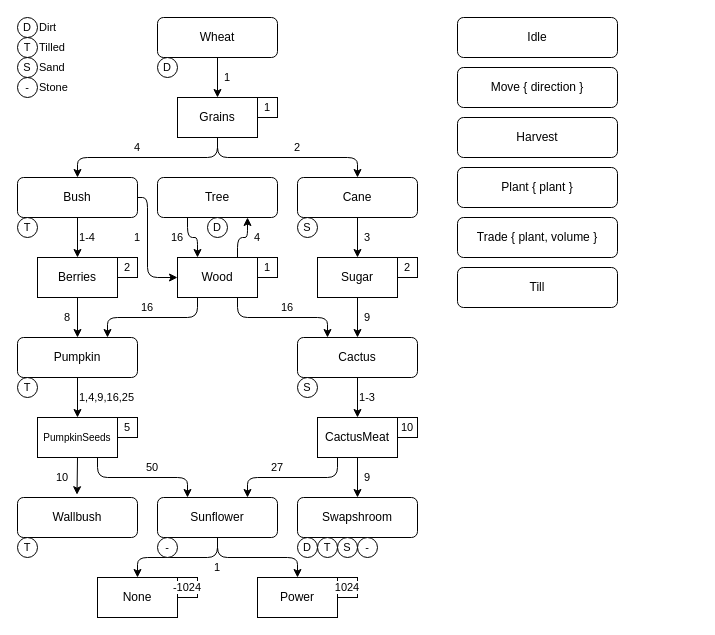
The draw.io diagram Farmio.drawio in varpeti/farmio, before the edit. Source tidied: cells renumbered, new cells numbered last; positions are measured from the earlier drawing's top-left corner, leaving out a move shared by most shapes. Both pictures are drawn from the tidied source at 100%, with x=0, y=0 at pixel (17, 17).
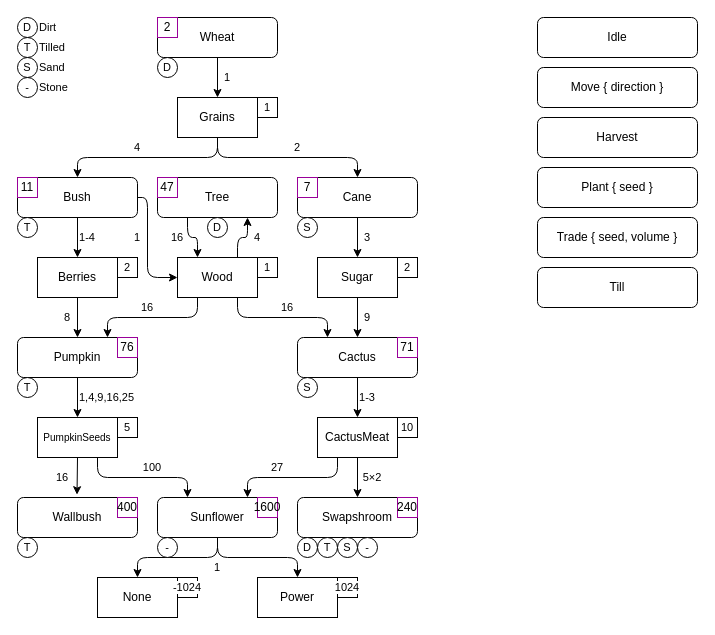
After the change.

Change to the diagram source:
```diff
@@
-    <mxCell id="72" value="9" style="text;html=1;align=center;verticalAlign=middle;whiteSpace=wrap;rounded=0;fontFamily=Helvetica;fontSize=11;fontColor=light-dark(#000000,#FF0000);labelBackgroundColor=default;" parent="1" vertex="1">
-      <mxGeometry x="340" y="450" width="20" height="20" as="geometry" />
+    <mxCell id="72" value="5×2" style="text;html=1;align=center;verticalAlign=middle;whiteSpace=wrap;rounded=0;fontFamily=Helvetica;fontSize=11;fontColor=light-dark(#000000,#FF0000);labelBackgroundColor=default;" parent="1" vertex="1">
+      <mxGeometry x="340" y="450" width="30" height="20" as="geometry" />
     </mxCell>
@@
-    <mxCell id="74" value="10" style="text;html=1;align=center;verticalAlign=middle;whiteSpace=wrap;rounded=0;fontFamily=Helvetica;fontSize=11;fontColor=light-dark(#000000,#FF0000);labelBackgroundColor=default;" parent="1" vertex="1">
+    <mxCell id="74" value="16" style="text;html=1;align=center;verticalAlign=middle;whiteSpace=wrap;rounded=0;fontFamily=Helvetica;fontSize=11;fontColor=light-dark(#000000,#FF0000);labelBackgroundColor=default;" parent="1" vertex="1">
       <mxGeometry x="30" y="450" width="30" height="20" as="geometry" />
     </mxCell>
-    <mxCell id="75" value="50" style="text;html=1;align=center;verticalAlign=middle;whiteSpace=wrap;rounded=0;fontFamily=Helvetica;fontSize=11;fontColor=light-dark(#000000,#FF0000);labelBackgroundColor=default;" parent="1" vertex="1">
+    <mxCell id="75" value="100" style="text;html=1;align=center;verticalAlign=middle;whiteSpace=wrap;rounded=0;fontFamily=Helvetica;fontSize=11;fontColor=light-dark(#000000,#FF0000);labelBackgroundColor=default;" parent="1" vertex="1">
       <mxGeometry x="120" y="440" width="30" height="20" as="geometry" />
     </mxCell>
@@
     <mxCell id="83" value="Idle" style="rounded=1;whiteSpace=wrap;html=1;" parent="1" vertex="1">
-      <mxGeometry x="440" width="160" height="40" as="geometry" />
+      <mxGeometry x="520" width="160" height="40" as="geometry" />
     </mxCell>
     <mxCell id="84" value="Move { direction }" style="rounded=1;whiteSpace=wrap;html=1;" parent="1" vertex="1">
-      <mxGeometry x="440" y="50" width="160" height="40" as="geometry" />
+      <mxGeometry x="520" y="50" width="160" height="40" as="geometry" />
     </mxCell>
-    <mxCell id="85" value="Plant { plant }" style="rounded=1;whiteSpace=wrap;html=1;" parent="1" vertex="1">
-      <mxGeometry x="440" y="150" width="160" height="40" as="geometry" />
+    <mxCell id="85" value="Plant { seed }" style="rounded=1;whiteSpace=wrap;html=1;" parent="1" vertex="1">
+      <mxGeometry x="520" y="150" width="160" height="40" as="geometry" />
     </mxCell>
     <mxCell id="86" value="Harvest" style="rounded=1;whiteSpace=wrap;html=1;" parent="1" vertex="1">
-      <mxGeometry x="440" y="100" width="160" height="40" as="geometry" />
+      <mxGeometry x="520" y="100" width="160" height="40" as="geometry" />
     </mxCell>
-    <mxCell id="87" value="Trade { plant, volume }" style="rounded=1;whiteSpace=wrap;html=1;" parent="1" vertex="1">
-      <mxGeometry x="440" y="200" width="160" height="40" as="geometry" />
+    <mxCell id="87" value="Trade { seed, volume }" style="rounded=1;whiteSpace=wrap;html=1;" parent="1" vertex="1">
+      <mxGeometry x="520" y="200" width="160" height="40" as="geometry" />
     </mxCell>
     <mxCell id="88" value="Till" style="rounded=1;whiteSpace=wrap;html=1;" parent="1" vertex="1">
-      <mxGeometry x="440" y="250" width="160" height="40" as="geometry" />
+      <mxGeometry x="520" y="250" width="160" height="40" as="geometry" />
     </mxCell>
@@
+    <mxCell id="92" value="2" style="rounded=0;whiteSpace=wrap;html=1;strokeColor=#990099;" parent="1" vertex="1">
+      <mxGeometry x="140" width="20" height="20" as="geometry" />
+    </mxCell>
+    <mxCell id="93" value="7" style="rounded=0;whiteSpace=wrap;html=1;strokeColor=#990099;" parent="1" vertex="1">
+      <mxGeometry x="280" y="160" width="20" height="20" as="geometry" />
+    </mxCell>
+    <mxCell id="94" value="71" style="rounded=0;whiteSpace=wrap;html=1;strokeColor=#990099;" parent="1" vertex="1">
+      <mxGeometry x="380" y="320" width="20" height="20" as="geometry" />
+    </mxCell>
+    <mxCell id="95" value="11" style="rounded=0;whiteSpace=wrap;html=1;strokeColor=#990099;" parent="1" vertex="1">
+      <mxGeometry y="160" width="20" height="20" as="geometry" />
+    </mxCell>
+    <mxCell id="96" value="47" style="rounded=0;whiteSpace=wrap;html=1;strokeColor=#990099;" parent="1" vertex="1">
+      <mxGeometry x="140" y="160" width="20" height="20" as="geometry" />
+    </mxCell>
+    <mxCell id="97" value="240" style="rounded=0;whiteSpace=wrap;html=1;strokeColor=#990099;" parent="1" vertex="1">
+      <mxGeometry x="380" y="480" width="20" height="20" as="geometry" />
+    </mxCell>
+    <mxCell id="98" value="76" style="rounded=0;whiteSpace=wrap;html=1;strokeColor=#990099;" parent="1" vertex="1">
+      <mxGeometry x="100" y="320" width="20" height="20" as="geometry" />
+    </mxCell>
+    <mxCell id="99" value="400" style="rounded=0;whiteSpace=wrap;html=1;strokeColor=#990099;" parent="1" vertex="1">
+      <mxGeometry x="100" y="480" width="20" height="20" as="geometry" />
+    </mxCell>
+    <mxCell id="100" value="1600" style="rounded=0;whiteSpace=wrap;html=1;strokeColor=#990099;" parent="1" vertex="1">
+      <mxGeometry x="240" y="480" width="20" height="20" as="geometry" />
+    </mxCell>
```
